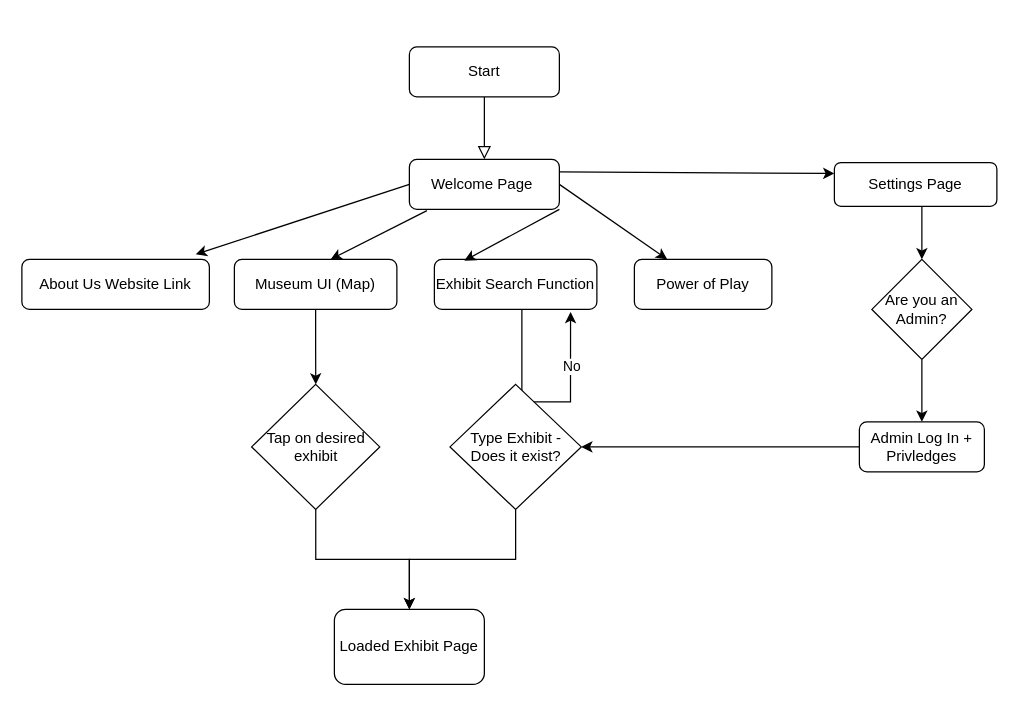
The draw.io diagram Untitled Diagram.drawio in LiamBroderick/Group-G-CSC-230, before the edit. Source tidied: cells renumbered, new cells numbered last; positions are measured from the earlier drawing's top-left corner, leaving out a move shared by most shapes. Both pictures are drawn from the tidied source at 125%, with x=0, y=0 at pixel (21, 46).
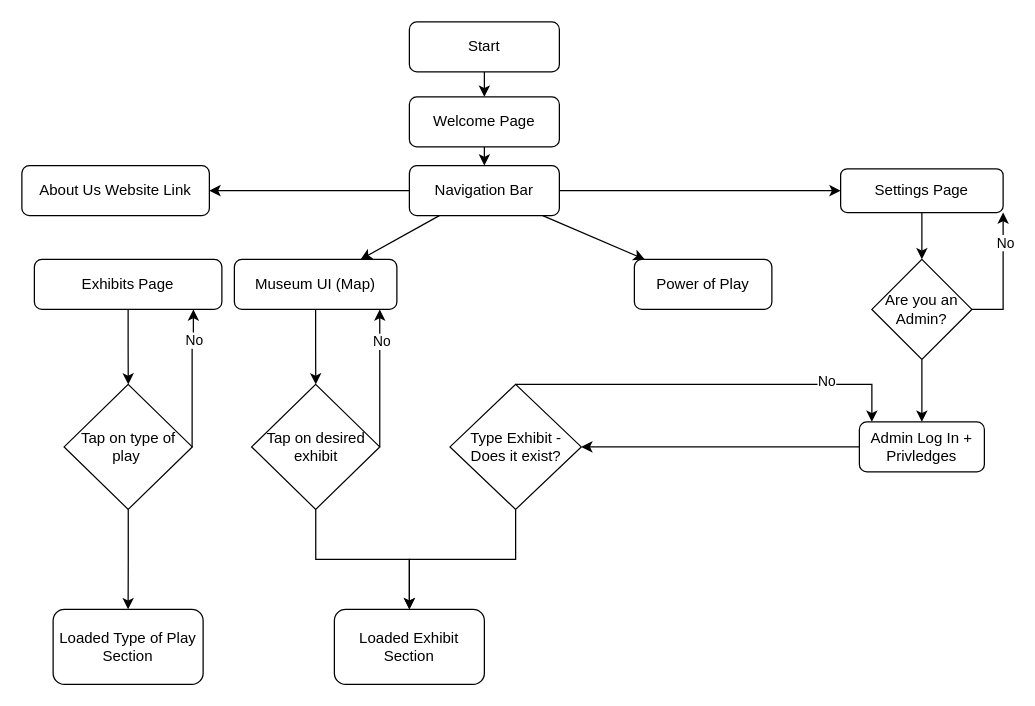
The same page after the edit.

The change refers to these unchanged cells:
```xml
<mxCell id="8" value="Museum UI (Map)" style="rounded=1;whiteSpace=wrap;html=1;" parent="1" vertex="1">
  <mxGeometry x="170" y="170" width="130" height="40" as="geometry" />
</mxCell>
<mxCell id="11" value="Power of Play" style="rounded=1;whiteSpace=wrap;html=1;" parent="1" vertex="1">
  <mxGeometry x="490" y="170" width="110" height="40" as="geometry" />
</mxCell>
<mxCell id="20" value="Are you an Admin?" style="rhombus;whiteSpace=wrap;html=1;" parent="1" vertex="1">
  <mxGeometry x="680" y="170" width="80" height="80" as="geometry" />
</mxCell>
<mxCell id="24" value="Tap on desired exhibit" style="rhombus;whiteSpace=wrap;html=1;" parent="1" vertex="1">
  <mxGeometry x="183.8" y="270" width="102.5" height="100" as="geometry" />
</mxCell>
<mxCell id="26" value="Type Exhibit - Does it exist?" style="rhombus;whiteSpace=wrap;html=1;" parent="1" vertex="1">
  <mxGeometry x="342.5" y="270" width="105" height="100" as="geometry" />
</mxCell>
```

Diff of the diagram source:
```diff
@@
-    <mxCell id="2" style="rounded=0;html=1;jettySize=auto;fontSize=11;endArrow=block;endFill=0;endSize=8;strokeWidth=1;shadow=0;labelBackgroundColor=none;edgeStyle=orthogonalEdgeStyle;" parent="1" edge="1" source="3">
-      <mxGeometry relative="1" as="geometry">
-        <mxPoint x="370" y="90" as="targetPoint" />
-      </mxGeometry>
-    </mxCell>
     <mxCell id="3" value="Start" style="rounded=1;whiteSpace=wrap;html=1;fontSize=12;glass=0;strokeWidth=1;shadow=0;" parent="1" vertex="1">
-      <mxGeometry x="310" width="120" height="40" as="geometry" />
+      <mxGeometry x="310" y="-20" width="120" height="40" as="geometry" />
     </mxCell>
-    <mxCell id="4" value="Welcome Page&amp;nbsp;" style="rounded=1;whiteSpace=wrap;html=1;fontSize=12;glass=0;strokeWidth=1;shadow=0;" parent="1" vertex="1">
-      <mxGeometry x="310" y="90" width="120" height="40" as="geometry" />
+    <mxCell id="4" value="Navigation Bar" style="rounded=1;whiteSpace=wrap;html=1;fontSize=12;glass=0;strokeWidth=1;shadow=0;" parent="1" vertex="1">
+      <mxGeometry x="310" y="95" width="120" height="40" as="geometry" />
     </mxCell>
     <mxCell id="5" value="About Us Website Link" style="rounded=1;whiteSpace=wrap;html=1;" parent="1" vertex="1">
-      <mxGeometry y="170" width="150" height="40" as="geometry" />
+      <mxGeometry y="95" width="150" height="40" as="geometry" />
     </mxCell>
-    <mxCell id="6" style="endArrow=classic;html=1;rounded=0;entryX=0.927;entryY=-0.1;entryDx=0;entryDy=0;entryPerimeter=0;" parent="1" edge="1" target="5">
-      <mxGeometry relative="1" as="geometry">
-        <mxPoint x="310" y="110" as="sourcePoint" />
-      </mxGeometry>
+    <mxCell id="6" style="endArrow=classic;html=1;rounded=0;" parent="1" edge="1" source="4" target="5">
+      <mxGeometry relative="1" as="geometry" />
     </mxCell>
@@
-    <mxCell id="9" style="endArrow=classic;html=1;rounded=0;entryX=0.592;entryY=0;entryDx=0;entryDy=0;entryPerimeter=0;exitX=0.117;exitY=1.025;exitDx=0;exitDy=0;exitPerimeter=0;" parent="1" edge="1" source="4" target="8">
+    <mxCell id="9" style="endArrow=classic;html=1;rounded=0;" parent="1" edge="1" source="4" target="8">
       <mxGeometry relative="1" as="geometry" />
     </mxCell>
-    <mxCell id="10" style="endArrow=classic;html=1;rounded=0;" parent="1" edge="1" target="11">
-      <mxGeometry relative="1" as="geometry">
-        <mxPoint x="430" y="110" as="sourcePoint" />
-      </mxGeometry>
+    <mxCell id="10" style="endArrow=classic;html=1;rounded=0;" parent="1" edge="1" source="4" target="11">
+      <mxGeometry relative="1" as="geometry" />
     </mxCell>
@@
-    <mxCell id="12" style="edgeStyle=orthogonalEdgeStyle;rounded=0;jettySize=auto;html=1;entryX=0.838;entryY=1.05;entryDx=0;entryDy=0;entryPerimeter=0;" parent="1" edge="1" target="14">
+    <mxCell id="12" style="edgeStyle=orthogonalEdgeStyle;rounded=0;jettySize=auto;html=1;entryX=0;entryY=0;entryDx=0;entryDy=0;exitX=0.5;exitY=0;exitDx=0;exitDy=0;" parent="1" edge="1" source="26">
       <mxGeometry relative="1" as="geometry">
-        <mxPoint x="400" y="200" as="sourcePoint" />
+        <mxPoint x="680" y="300" as="targetPoint" />
         <Array as="points">
-          <mxPoint x="400" y="284" />
-          <mxPoint x="439" y="284" />
+          <mxPoint x="680" y="270" />
         </Array>
       </mxGeometry>
     </mxCell>
@@
-    <mxCell id="14" value="Exhibit Search Function" style="rounded=1;whiteSpace=wrap;html=1;" parent="1" vertex="1">
-      <mxGeometry x="330" y="170" width="130" height="40" as="geometry" />
-    </mxCell>
-    <mxCell id="15" style="endArrow=classic;html=1;rounded=0;entryX=0.185;entryY=0.025;entryDx=0;entryDy=0;entryPerimeter=0;" parent="1" edge="1" target="14">
-      <mxGeometry relative="1" as="geometry">
-        <mxPoint x="430" y="130" as="sourcePoint" />
-      </mxGeometry>
-    </mxCell>
     <mxCell id="16" value="Settings Page" style="rounded=1;whiteSpace=wrap;html=1;" parent="1" vertex="1">
-      <mxGeometry x="650" y="92.5" width="130" height="35" as="geometry" />
+      <mxGeometry x="655" y="97.5" width="130" height="35" as="geometry" />
     </mxCell>
-    <mxCell id="17" style="endArrow=classic;html=1;rounded=0;entryX=0;entryY=0.25;entryDx=0;entryDy=0;" parent="1" edge="1" target="16">
-      <mxGeometry relative="1" as="geometry">
-        <mxPoint x="430" y="100" as="sourcePoint" />
-      </mxGeometry>
+    <mxCell id="17" style="endArrow=classic;html=1;rounded=0;" parent="1" edge="1" source="4" target="16">
+      <mxGeometry relative="1" as="geometry" />
     </mxCell>
-    <mxCell id="18" style="endArrow=classic;html=1;rounded=0;entryX=0.5;entryY=0;entryDx=0;entryDy=0;" parent="1" edge="1" target="20">
-      <mxGeometry relative="1" as="geometry">
-        <mxPoint x="720" y="127.5" as="sourcePoint" />
-      </mxGeometry>
+    <mxCell id="18" style="endArrow=classic;html=1;rounded=0;entryX=0.5;entryY=0;entryDx=0;entryDy=0;" parent="1" edge="1" source="16" target="20">
+      <mxGeometry relative="1" as="geometry" />
     </mxCell>
@@
-    <mxCell id="27" value="Loaded Exhibit Page" style="rounded=1;whiteSpace=wrap;html=1;" parent="1" vertex="1">
+    <mxCell id="27" value="Loaded Exhibit Section" style="rounded=1;whiteSpace=wrap;html=1;" parent="1" vertex="1">
       <mxGeometry x="250" y="450" width="120" height="60" as="geometry" />
     </mxCell>
+    <mxCell id="28" value="Welcome Page" style="rounded=1;whiteSpace=wrap;html=1;fontSize=12;glass=0;strokeWidth=1;shadow=0;" parent="1" vertex="1">
+      <mxGeometry x="310" y="40" width="120" height="40" as="geometry" />
+    </mxCell>
+    <mxCell id="29" style="endArrow=classic;html=1;rounded=0;" parent="1" edge="1" source="3" target="28">
+      <mxGeometry relative="1" as="geometry" />
+    </mxCell>
+    <mxCell id="30" style="endArrow=classic;html=1;rounded=0;" parent="1" edge="1" source="28" target="4">
+      <mxGeometry relative="1" as="geometry" />
+    </mxCell>
+    <mxCell id="31" value="Exhibits Page" style="rounded=1;whiteSpace=wrap;html=1;" parent="1" vertex="1">
+      <mxGeometry x="10" y="170" width="150" height="40" as="geometry" />
+    </mxCell>
+    <mxCell id="32" value="Tap on type of play&amp;nbsp;" style="rhombus;whiteSpace=wrap;html=1;" parent="1" vertex="1">
+      <mxGeometry x="33.8" y="270" width="102.5" height="100" as="geometry" />
+    </mxCell>
+    <mxCell id="33" style="edgeStyle=orthogonalEdgeStyle;rounded=0;jettySize=auto;html=1;" parent="1" edge="1" source="31" target="32">
+      <mxGeometry relative="1" as="geometry" />
+    </mxCell>
+    <mxCell id="34" style="edgeStyle=orthogonalEdgeStyle;rounded=0;jettySize=auto;html=1;entryX=1;entryY=1;entryDx=0;entryDy=0;" parent="1" edge="1" source="20" target="16">
+      <mxGeometry relative="1" as="geometry">
+        <Array as="points">
+          <mxPoint x="785" y="210" />
+        </Array>
+      </mxGeometry>
+    </mxCell>
+    <mxCell id="35" value="No" style="edgeLabel;html=1;align=center;verticalAlign=middle;" parent="34" vertex="1">
+      <mxGeometry x="0.55" y="3" relative="1" as="geometry">
+        <mxPoint x="4" as="offset" />
+      </mxGeometry>
+    </mxCell>
+    <mxCell id="36" value="Loaded Type of Play Section" style="rounded=1;whiteSpace=wrap;html=1;" parent="1" vertex="1">
+      <mxGeometry x="25" y="450" width="120" height="60" as="geometry" />
+    </mxCell>
+    <mxCell id="37" style="edgeStyle=orthogonalEdgeStyle;rounded=0;jettySize=auto;html=1;" parent="1" edge="1" source="32" target="36">
+      <mxGeometry relative="1" as="geometry" />
+    </mxCell>
+    <mxCell id="38" style="edgeStyle=orthogonalEdgeStyle;rounded=0;jettySize=auto;html=1;exitX=1;exitY=0.5;exitDx=0;exitDy=0;" parent="1" edge="1" source="24" target="8">
+      <mxGeometry relative="1" as="geometry">
+        <Array as="points">
+          <mxPoint x="286" y="230" />
+          <mxPoint x="287" y="230" />
+        </Array>
+      </mxGeometry>
+    </mxCell>
+    <mxCell id="39" value="No" style="edgeLabel;html=1;align=center;verticalAlign=middle;" parent="38" vertex="1">
+      <mxGeometry x="0.55" y="3" relative="1" as="geometry">
+        <mxPoint x="4" as="offset" />
+      </mxGeometry>
+    </mxCell>
+    <mxCell id="40" style="edgeStyle=orthogonalEdgeStyle;rounded=0;orthogonalLoop=1;jettySize=auto;html=1;exitX=1;exitY=0.5;exitDx=0;exitDy=0;" parent="1" edge="1">
+      <mxGeometry relative="1" as="geometry">
+        <mxPoint x="136.2" y="320" as="sourcePoint" />
+        <mxPoint x="137.2" y="210" as="targetPoint" />
+        <Array as="points">
+          <mxPoint x="136.2" y="230" />
+          <mxPoint x="137.2" y="230" />
+        </Array>
+      </mxGeometry>
+    </mxCell>
+    <mxCell id="41" value="No" style="edgeLabel;html=1;align=center;verticalAlign=middle;" parent="40" vertex="1">
+      <mxGeometry x="0.55" y="3" relative="1" as="geometry">
+        <mxPoint x="4" as="offset" />
+      </mxGeometry>
+    </mxCell>
```
